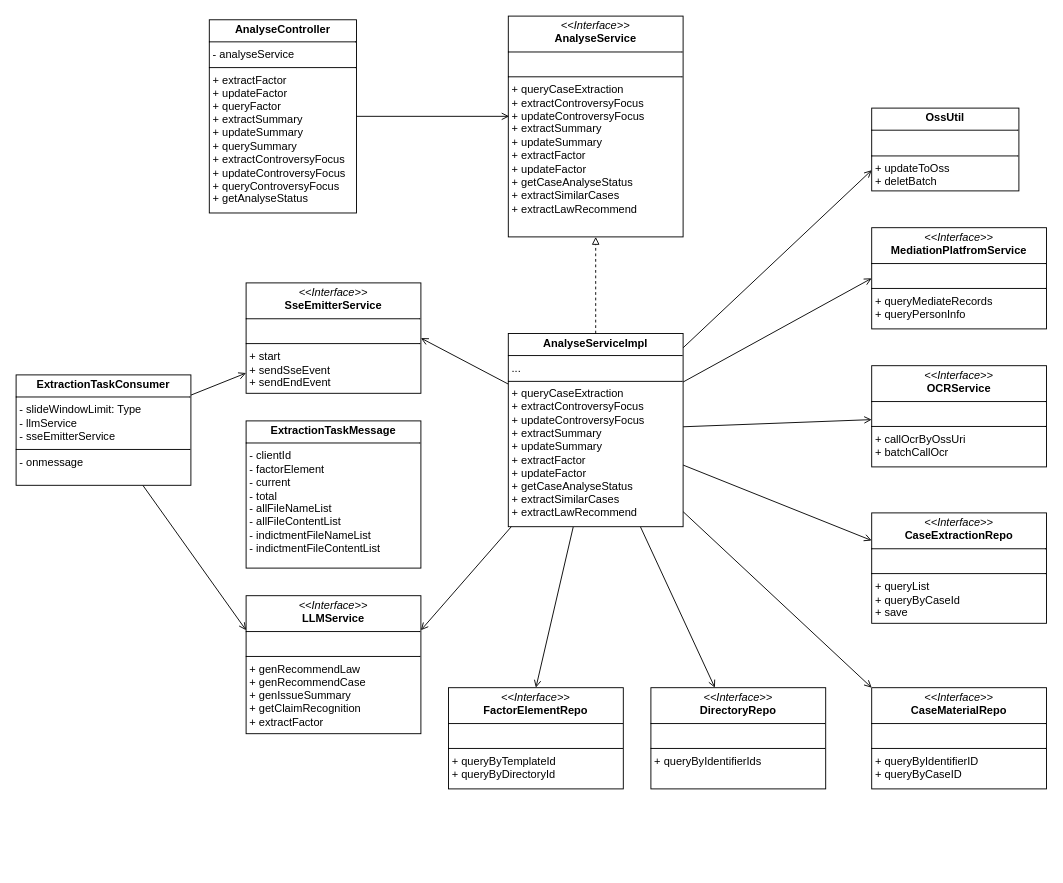
Above: 案件分析模块类图.drawio in Lainy0605/graduate (draw.io), before the change. Source tidied: cells renumbered, new cells numbered last; positions are measured from the earlier drawing's top-left corner, leaving out a move shared by most shapes. Both pictures are drawn from the tidied source at 92%, with x=0, y=0 at pixel (16, 16).
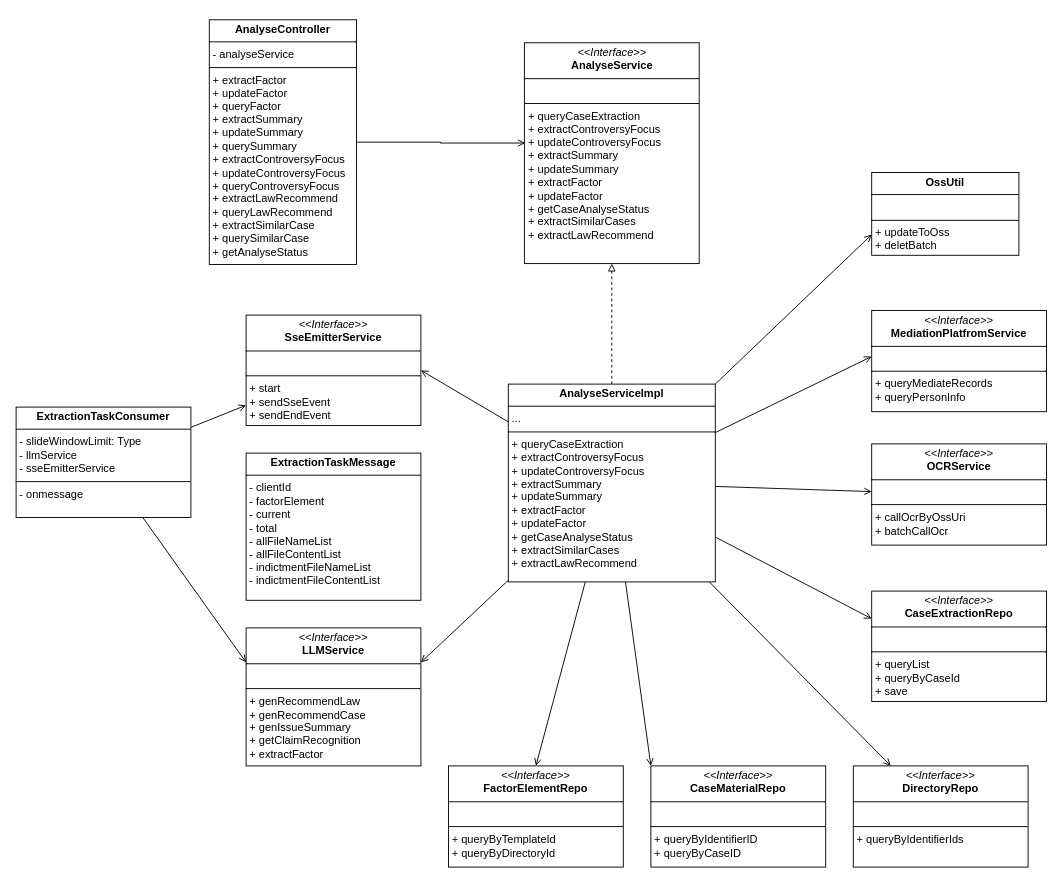
The same page after the edit.

Commit message (it also covers changes not shown here):
更新案件分析模块类图.drawio

What changed in the source:
```diff
@@
-    <mxCell id="2" value="&lt;p style=&quot;margin:0px;margin-top:4px;text-align:center;&quot;&gt;&lt;b&gt;AnalyseController&lt;/b&gt;&lt;/p&gt;&lt;hr size=&quot;1&quot; style=&quot;border-style:solid;&quot;&gt;&lt;p style=&quot;margin:0px;margin-left:4px;&quot;&gt;- analyseService&lt;/p&gt;&lt;hr size=&quot;1&quot; style=&quot;border-style:solid;&quot;&gt;&lt;p style=&quot;margin: 0px 0px 0px 4px;&quot;&gt;+ extractFactor&lt;br&gt;+ updateFactor&lt;/p&gt;&lt;p style=&quot;margin: 0px 0px 0px 4px;&quot;&gt;+ queryFactor&lt;/p&gt;&lt;p style=&quot;margin: 0px 0px 0px 4px;&quot;&gt;+ extractSummary&lt;/p&gt;&lt;p style=&quot;margin: 0px 0px 0px 4px;&quot;&gt;&lt;span style=&quot;background-color: transparent; color: light-dark(rgb(0, 0, 0), rgb(255, 255, 255));&quot;&gt;+ updateSummary&lt;/span&gt;&lt;/p&gt;&lt;p style=&quot;margin: 0px 0px 0px 4px;&quot;&gt;+ querySummary&lt;span style=&quot;background-color: transparent; color: light-dark(rgb(0, 0, 0), rgb(255, 255, 255));&quot;&gt;&lt;/span&gt;&lt;/p&gt;&lt;p style=&quot;margin: 0px 0px 0px 4px;&quot;&gt;+ extractControversyFocus&lt;/p&gt;&lt;p style=&quot;margin: 0px 0px 0px 4px;&quot;&gt;+ update&lt;span style=&quot;background-color: transparent; color: light-dark(rgb(0, 0, 0), rgb(255, 255, 255));&quot;&gt;ControversyFocus&lt;/span&gt;&lt;/p&gt;&lt;p style=&quot;margin: 0px 0px 0px 4px;&quot;&gt;&lt;span style=&quot;background-color: transparent; color: light-dark(rgb(0, 0, 0), rgb(255, 255, 255));&quot;&gt;+ query&lt;/span&gt;&lt;span style=&quot;background-color: transparent; color: light-dark(rgb(0, 0, 0), rgb(255, 255, 255));&quot;&gt;ControversyFocus&lt;/span&gt;&lt;/p&gt;&lt;p style=&quot;margin: 0px 0px 0px 4px;&quot;&gt;&lt;span style=&quot;background-color: transparent; color: light-dark(rgb(0, 0, 0), rgb(255, 255, 255));&quot;&gt;+ getAnalyseStatus&lt;/span&gt;&lt;/p&gt;" style="verticalAlign=top;align=left;overflow=fill;html=1;whiteSpace=wrap;" parent="1" vertex="1">
-      <mxGeometry x="210" y="4" width="160" height="210" as="geometry" />
+    <mxCell id="2" value="&lt;p style=&quot;margin:0px;margin-top:4px;text-align:center;&quot;&gt;&lt;b&gt;AnalyseController&lt;/b&gt;&lt;/p&gt;&lt;hr size=&quot;1&quot; style=&quot;border-style:solid;&quot;&gt;&lt;p style=&quot;margin:0px;margin-left:4px;&quot;&gt;- analyseService&lt;/p&gt;&lt;hr size=&quot;1&quot; style=&quot;border-style:solid;&quot;&gt;&lt;p style=&quot;margin: 0px 0px 0px 4px;&quot;&gt;+ extractFactor&lt;br&gt;+ updateFactor&lt;/p&gt;&lt;p style=&quot;margin: 0px 0px 0px 4px;&quot;&gt;+ queryFactor&lt;/p&gt;&lt;p style=&quot;margin: 0px 0px 0px 4px;&quot;&gt;+ extractSummary&lt;/p&gt;&lt;p style=&quot;margin: 0px 0px 0px 4px;&quot;&gt;&lt;span style=&quot;background-color: transparent; color: light-dark(rgb(0, 0, 0), rgb(255, 255, 255));&quot;&gt;+ updateSummary&lt;/span&gt;&lt;/p&gt;&lt;p style=&quot;margin: 0px 0px 0px 4px;&quot;&gt;+ querySummary&lt;span style=&quot;background-color: transparent; color: light-dark(rgb(0, 0, 0), rgb(255, 255, 255));&quot;&gt;&lt;/span&gt;&lt;/p&gt;&lt;p style=&quot;margin: 0px 0px 0px 4px;&quot;&gt;+ extractControversyFocus&lt;/p&gt;&lt;p style=&quot;margin: 0px 0px 0px 4px;&quot;&gt;+ update&lt;span style=&quot;background-color: transparent; color: light-dark(rgb(0, 0, 0), rgb(255, 255, 255));&quot;&gt;ControversyFocus&lt;/span&gt;&lt;/p&gt;&lt;p style=&quot;margin: 0px 0px 0px 4px;&quot;&gt;&lt;span style=&quot;background-color: transparent; color: light-dark(rgb(0, 0, 0), rgb(255, 255, 255));&quot;&gt;+ query&lt;/span&gt;&lt;span style=&quot;background-color: transparent; color: light-dark(rgb(0, 0, 0), rgb(255, 255, 255));&quot;&gt;ControversyFocus&lt;/span&gt;&lt;/p&gt;&lt;p style=&quot;margin: 0px 0px 0px 4px;&quot;&gt;&lt;span style=&quot;background-color: transparent; color: light-dark(rgb(0, 0, 0), rgb(255, 255, 255));&quot;&gt;+ extractLawRecommend&lt;/span&gt;&lt;/p&gt;&lt;p style=&quot;margin: 0px 0px 0px 4px;&quot;&gt;&lt;span style=&quot;background-color: transparent; color: light-dark(rgb(0, 0, 0), rgb(255, 255, 255));&quot;&gt;+ queryLawRecommend&lt;/span&gt;&lt;/p&gt;&lt;p style=&quot;margin: 0px 0px 0px 4px;&quot;&gt;&lt;span style=&quot;background-color: transparent; color: light-dark(rgb(0, 0, 0), rgb(255, 255, 255));&quot;&gt;+ extractSimilarCase&lt;/span&gt;&lt;/p&gt;&lt;p style=&quot;margin: 0px 0px 0px 4px;&quot;&gt;&lt;span style=&quot;background-color: transparent; color: light-dark(rgb(0, 0, 0), rgb(255, 255, 255));&quot;&gt;+ querySimilarCase&lt;/span&gt;&lt;/p&gt;&lt;p style=&quot;margin: 0px 0px 0px 4px;&quot;&gt;&lt;span style=&quot;background-color: transparent; color: light-dark(rgb(0, 0, 0), rgb(255, 255, 255));&quot;&gt;+ getAnalyseStatus&lt;/span&gt;&lt;/p&gt;" style="verticalAlign=top;align=left;overflow=fill;html=1;whiteSpace=wrap;" parent="1" vertex="1">
+      <mxGeometry x="210" y="4" width="160" height="266" as="geometry" />
     </mxCell>
     <mxCell id="3" value="&lt;p style=&quot;margin:0px;margin-top:4px;text-align:center;&quot;&gt;&lt;i&gt;&amp;lt;&amp;lt;Interface&amp;gt;&amp;gt;&lt;/i&gt;&lt;br&gt;&lt;b&gt;AnalyseService&lt;/b&gt;&lt;/p&gt;&lt;hr size=&quot;1&quot; style=&quot;border-style:solid;&quot;&gt;&lt;p style=&quot;margin:0px;margin-left:4px;&quot;&gt;&lt;br&gt;&lt;/p&gt;&lt;hr size=&quot;1&quot; style=&quot;border-style:solid;&quot;&gt;&lt;p style=&quot;margin:0px;margin-left:4px;&quot;&gt;+ queryCaseExtraction&lt;br&gt;&lt;span style=&quot;background-color: transparent; color: light-dark(rgb(0, 0, 0), rgb(255, 255, 255));&quot;&gt;+ extractControversyFocus&lt;/span&gt;&lt;/p&gt;&lt;p style=&quot;margin:0px;margin-left:4px;&quot;&gt;+ update&lt;span style=&quot;background-color: transparent; color: light-dark(rgb(0, 0, 0), rgb(255, 255, 255));&quot;&gt;ControversyFocus&lt;/span&gt;&lt;/p&gt;&lt;p style=&quot;margin: 0px 0px 0px 4px;&quot;&gt;+ extractSummary&lt;/p&gt;&lt;p style=&quot;margin: 0px 0px 0px 4px;&quot;&gt;&lt;span style=&quot;background-color: transparent; color: light-dark(rgb(0, 0, 0), rgb(255, 255, 255));&quot;&gt;+ updateSummary&lt;/span&gt;&lt;/p&gt;&lt;p style=&quot;margin: 0px 0px 0px 4px;&quot;&gt;&lt;span style=&quot;background-color: transparent; color: light-dark(rgb(0, 0, 0), rgb(255, 255, 255));&quot;&gt;+ extractFactor&lt;/span&gt;&lt;/p&gt;&lt;p style=&quot;margin: 0px 0px 0px 4px;&quot;&gt;+ updateFactor&lt;/p&gt;&lt;p style=&quot;margin:0px;margin-left:4px;&quot;&gt;&lt;span style=&quot;background-color: transparent; color: light-dark(rgb(0, 0, 0), rgb(255, 255, 255));&quot;&gt;+ getCaseAnalyseStatus&lt;/span&gt;&lt;/p&gt;&lt;p style=&quot;margin:0px;margin-left:4px;&quot;&gt;&lt;span style=&quot;background-color: transparent; color: light-dark(rgb(0, 0, 0), rgb(255, 255, 255));&quot;&gt;+ extractSimilarCases&lt;/span&gt;&lt;/p&gt;&lt;p style=&quot;margin:0px;margin-left:4px;&quot;&gt;&lt;span style=&quot;background-color: transparent; color: light-dark(rgb(0, 0, 0), rgb(255, 255, 255));&quot;&gt;+ extractLawRecommend&lt;/span&gt;&lt;/p&gt;" style="verticalAlign=top;align=left;overflow=fill;html=1;whiteSpace=wrap;" parent="1" vertex="1">
-      <mxGeometry x="535" width="190" height="240" as="geometry" />
+      <mxGeometry x="552.5" y="29" width="190" height="240" as="geometry" />
     </mxCell>
@@
-    <mxCell id="11" style="rounded=0;jettySize=auto;html=1;entryX=0;entryY=0.5;entryDx=0;entryDy=0;endArrow=open;endFill=0;" parent="1" edge="1" source="13" target="25">
-      <mxGeometry relative="1" as="geometry" />
+    <mxCell id="11" style="rounded=0;jettySize=auto;html=1;entryX=0;entryY=0.5;entryDx=0;entryDy=0;endArrow=open;endFill=0;" parent="1" edge="1" source="13">
+      <mxGeometry relative="1" as="geometry">
+        <mxPoint x="930" y="370" as="targetPoint" />
+      </mxGeometry>
     </mxCell>
@@
     <mxCell id="13" value="&lt;p style=&quot;margin:0px;margin-top:4px;text-align:center;&quot;&gt;&lt;b&gt;AnalyseServiceImpl&lt;/b&gt;&lt;/p&gt;&lt;hr size=&quot;1&quot; style=&quot;border-style:solid;&quot;&gt;&lt;p style=&quot;margin:0px;margin-left:4px;&quot;&gt;...&lt;/p&gt;&lt;hr size=&quot;1&quot; style=&quot;border-style:solid;&quot;&gt;&lt;p style=&quot;margin:0px;margin-left:4px;&quot;&gt;+ queryCaseExtraction&lt;br&gt;&lt;span style=&quot;background-color: transparent; color: light-dark(rgb(0, 0, 0), rgb(255, 255, 255));&quot;&gt;+ extractControversyFocus&lt;/span&gt;&lt;/p&gt;&lt;p style=&quot;margin:0px;margin-left:4px;&quot;&gt;+ update&lt;span style=&quot;background-color: transparent; color: light-dark(rgb(0, 0, 0), rgb(255, 255, 255));&quot;&gt;ControversyFocus&lt;/span&gt;&lt;/p&gt;&lt;p style=&quot;margin: 0px 0px 0px 4px;&quot;&gt;+ extractSummary&lt;/p&gt;&lt;p style=&quot;margin: 0px 0px 0px 4px;&quot;&gt;&lt;span style=&quot;background-color: transparent; color: light-dark(rgb(0, 0, 0), rgb(255, 255, 255));&quot;&gt;+ updateSummary&lt;/span&gt;&lt;/p&gt;&lt;p style=&quot;margin: 0px 0px 0px 4px;&quot;&gt;&lt;span style=&quot;background-color: transparent; color: light-dark(rgb(0, 0, 0), rgb(255, 255, 255));&quot;&gt;+ extractFactor&lt;/span&gt;&lt;/p&gt;&lt;p style=&quot;margin: 0px 0px 0px 4px;&quot;&gt;+ updateFactor&lt;/p&gt;&lt;p style=&quot;margin:0px;margin-left:4px;&quot;&gt;&lt;span style=&quot;background-color: transparent; color: light-dark(rgb(0, 0, 0), rgb(255, 255, 255));&quot;&gt;+ getCaseAnalyseStatus&lt;/span&gt;&lt;/p&gt;&lt;p style=&quot;margin:0px;margin-left:4px;&quot;&gt;&lt;span style=&quot;background-color: transparent; color: light-dark(rgb(0, 0, 0), rgb(255, 255, 255));&quot;&gt;+ extractSimilarCases&lt;/span&gt;&lt;/p&gt;&lt;p style=&quot;margin:0px;margin-left:4px;&quot;&gt;&lt;span style=&quot;background-color: transparent; color: light-dark(rgb(0, 0, 0), rgb(255, 255, 255));&quot;&gt;+ extractLawRecommend&lt;/span&gt;&lt;/p&gt;" style="verticalAlign=top;align=left;overflow=fill;html=1;whiteSpace=wrap;" parent="1" vertex="1">
-      <mxGeometry x="535" y="345" width="190" height="210" as="geometry" />
+      <mxGeometry x="535" y="400" width="225" height="215" as="geometry" />
     </mxCell>
     <mxCell id="14" value="&lt;p style=&quot;margin:0px;margin-top:4px;text-align:center;&quot;&gt;&lt;b&gt;OssUtil&lt;/b&gt;&lt;/p&gt;&lt;hr size=&quot;1&quot; style=&quot;border-style:solid;&quot;&gt;&lt;p style=&quot;margin:0px;margin-left:4px;&quot;&gt;&lt;br&gt;&lt;/p&gt;&lt;hr size=&quot;1&quot; style=&quot;border-style:solid;&quot;&gt;&lt;p style=&quot;margin:0px;margin-left:4px;&quot;&gt;+ updateToOss&lt;/p&gt;&lt;p style=&quot;margin:0px;margin-left:4px;&quot;&gt;+ deletBatch&lt;/p&gt;" style="verticalAlign=top;align=left;overflow=fill;html=1;whiteSpace=wrap;" parent="1" vertex="1">
-      <mxGeometry x="930" y="100" width="160" height="90" as="geometry" />
+      <mxGeometry x="930" y="170" width="160" height="90" as="geometry" />
     </mxCell>
     <mxCell id="15" value="&lt;p style=&quot;margin:0px;margin-top:4px;text-align:center;&quot;&gt;&lt;i&gt;&amp;lt;&amp;lt;Interface&amp;gt;&amp;gt;&lt;/i&gt;&lt;br&gt;&lt;b&gt;CaseExtractionRepo&lt;/b&gt;&lt;/p&gt;&lt;hr size=&quot;1&quot; style=&quot;border-style:solid;&quot;&gt;&lt;p style=&quot;margin:0px;margin-left:4px;&quot;&gt;&lt;br&gt;&lt;/p&gt;&lt;hr size=&quot;1&quot; style=&quot;border-style:solid;&quot;&gt;&lt;p style=&quot;margin:0px;margin-left:4px;&quot;&gt;+ queryList&amp;nbsp;&lt;/p&gt;&lt;p style=&quot;margin:0px;margin-left:4px;&quot;&gt;+ queryByCaseId&lt;/p&gt;&lt;p style=&quot;margin:0px;margin-left:4px;&quot;&gt;+ save&lt;/p&gt;" style="verticalAlign=top;align=left;overflow=fill;html=1;whiteSpace=wrap;" parent="1" vertex="1">
-      <mxGeometry x="930" y="540" width="190" height="120" as="geometry" />
+      <mxGeometry x="930" y="625" width="190" height="120" as="geometry" />
     </mxCell>
     <mxCell id="16" value="&lt;p style=&quot;margin:0px;margin-top:4px;text-align:center;&quot;&gt;&lt;i&gt;&amp;lt;&amp;lt;Interface&amp;gt;&amp;gt;&lt;/i&gt;&lt;br&gt;&lt;b&gt;CaseMaterialRepo&lt;/b&gt;&lt;/p&gt;&lt;hr size=&quot;1&quot; style=&quot;border-style:solid;&quot;&gt;&lt;p style=&quot;margin:0px;margin-left:4px;&quot;&gt;&lt;br&gt;&lt;/p&gt;&lt;hr size=&quot;1&quot; style=&quot;border-style:solid;&quot;&gt;&lt;p style=&quot;margin:0px;margin-left:4px;&quot;&gt;&lt;span style=&quot;background-color: transparent; color: light-dark(rgb(0, 0, 0), rgb(255, 255, 255));&quot;&gt;+ queryByIdentifierID&lt;/span&gt;&lt;/p&gt;&lt;p style=&quot;margin:0px;margin-left:4px;&quot;&gt;+ queryByCaseID&lt;/p&gt;" style="verticalAlign=top;align=left;overflow=fill;html=1;whiteSpace=wrap;" parent="1" vertex="1">
-      <mxGeometry x="930" y="730" width="190" height="110" as="geometry" />
+      <mxGeometry x="690" y="815" width="190" height="110" as="geometry" />
     </mxCell>
     <mxCell id="17" value="&lt;p style=&quot;margin:0px;margin-top:4px;text-align:center;&quot;&gt;&lt;i&gt;&amp;lt;&amp;lt;Interface&amp;gt;&amp;gt;&lt;/i&gt;&lt;br&gt;&lt;b&gt;DirectoryRepo&lt;/b&gt;&lt;/p&gt;&lt;hr size=&quot;1&quot; style=&quot;border-style:solid;&quot;&gt;&lt;p style=&quot;margin:0px;margin-left:4px;&quot;&gt;&lt;br&gt;&lt;/p&gt;&lt;hr size=&quot;1&quot; style=&quot;border-style:solid;&quot;&gt;&lt;p style=&quot;margin:0px;margin-left:4px;&quot;&gt;+ queryByIdentifierIds&lt;/p&gt;" style="verticalAlign=top;align=left;overflow=fill;html=1;whiteSpace=wrap;" parent="1" vertex="1">
-      <mxGeometry x="690" y="730" width="190" height="110" as="geometry" />
+      <mxGeometry x="910" y="815" width="190" height="110" as="geometry" />
     </mxCell>
     <mxCell id="18" value="&lt;p style=&quot;margin:0px;margin-top:4px;text-align:center;&quot;&gt;&lt;i&gt;&amp;lt;&amp;lt;Interface&amp;gt;&amp;gt;&lt;/i&gt;&lt;br&gt;&lt;b&gt;FactorElementRepo&lt;/b&gt;&lt;/p&gt;&lt;hr size=&quot;1&quot; style=&quot;border-style:solid;&quot;&gt;&lt;p style=&quot;margin:0px;margin-left:4px;&quot;&gt;&lt;br&gt;&lt;/p&gt;&lt;hr size=&quot;1&quot; style=&quot;border-style:solid;&quot;&gt;&lt;p style=&quot;margin:0px;margin-left:4px;&quot;&gt;+ queryByTemplateId&lt;/p&gt;&lt;p style=&quot;margin:0px;margin-left:4px;&quot;&gt;+ queryByDirectoryId&lt;/p&gt;" style="verticalAlign=top;align=left;overflow=fill;html=1;whiteSpace=wrap;" parent="1" vertex="1">
-      <mxGeometry x="470" y="730" width="190" height="110" as="geometry" />
+      <mxGeometry x="470" y="815" width="190" height="110" as="geometry" />
     </mxCell>
     <mxCell id="19" value="&lt;p style=&quot;margin:0px;margin-top:4px;text-align:center;&quot;&gt;&lt;i&gt;&amp;lt;&amp;lt;Interface&amp;gt;&amp;gt;&lt;/i&gt;&lt;br&gt;&lt;b&gt;OCRService&lt;/b&gt;&lt;/p&gt;&lt;hr size=&quot;1&quot; style=&quot;border-style:solid;&quot;&gt;&lt;p style=&quot;margin:0px;margin-left:4px;&quot;&gt;&lt;br&gt;&lt;/p&gt;&lt;hr size=&quot;1&quot; style=&quot;border-style:solid;&quot;&gt;&lt;p style=&quot;margin: 0px 0px 0px 4px;&quot;&gt;+ callOcrByOssUri&lt;/p&gt;&lt;p style=&quot;margin: 0px 0px 0px 4px;&quot;&gt;+ batchCallOcr&lt;/p&gt;" style="verticalAlign=top;align=left;overflow=fill;html=1;whiteSpace=wrap;" parent="1" vertex="1">
-      <mxGeometry x="930" y="380" width="190" height="110" as="geometry" />
+      <mxGeometry x="930" y="465" width="190" height="110" as="geometry" />
     </mxCell>
     <mxCell id="20" value="&lt;p style=&quot;margin:0px;margin-top:4px;text-align:center;&quot;&gt;&lt;i&gt;&amp;lt;&amp;lt;Interface&amp;gt;&amp;gt;&lt;/i&gt;&lt;br&gt;&lt;b&gt;SseEmitterService&lt;/b&gt;&lt;/p&gt;&lt;hr size=&quot;1&quot; style=&quot;border-style:solid;&quot;&gt;&lt;p style=&quot;margin:0px;margin-left:4px;&quot;&gt;&lt;br&gt;&lt;/p&gt;&lt;hr size=&quot;1&quot; style=&quot;border-style:solid;&quot;&gt;&lt;p style=&quot;margin:0px;margin-left:4px;&quot;&gt;+ start&lt;br&gt;&lt;/p&gt;&lt;p style=&quot;margin:0px;margin-left:4px;&quot;&gt;+ sendSseEvent&lt;/p&gt;&lt;p style=&quot;margin:0px;margin-left:4px;&quot;&gt;+ sendEndEvent&lt;/p&gt;" style="verticalAlign=top;align=left;overflow=fill;html=1;whiteSpace=wrap;" parent="1" vertex="1">
-      <mxGeometry x="250" y="290" width="190" height="120" as="geometry" />
+      <mxGeometry x="250" y="325" width="190" height="120" as="geometry" />
     </mxCell>
@@
     <mxCell id="23" value="&lt;p style=&quot;margin:0px;margin-top:4px;text-align:center;&quot;&gt;&lt;b&gt;ExtractionTaskConsumer&lt;/b&gt;&lt;/p&gt;&lt;hr size=&quot;1&quot; style=&quot;border-style:solid;&quot;&gt;&lt;p style=&quot;margin:0px;margin-left:4px;&quot;&gt;- slideWindowLimit: Type&lt;br&gt;- llmService&lt;/p&gt;&lt;p style=&quot;margin:0px;margin-left:4px;&quot;&gt;- sseEmitterService&lt;/p&gt;&lt;hr size=&quot;1&quot; style=&quot;border-style:solid;&quot;&gt;&lt;p style=&quot;margin:0px;margin-left:4px;&quot;&gt;- onmessage&lt;/p&gt;" style="verticalAlign=top;align=left;overflow=fill;html=1;whiteSpace=wrap;" parent="1" vertex="1">
-      <mxGeometry y="390" width="190" height="120" as="geometry" />
+      <mxGeometry y="425" width="190" height="120" as="geometry" />
     </mxCell>
     <mxCell id="24" value="&lt;p style=&quot;margin:0px;margin-top:4px;text-align:center;&quot;&gt;&lt;i&gt;&amp;lt;&amp;lt;Interface&amp;gt;&amp;gt;&lt;/i&gt;&lt;br&gt;&lt;b&gt;LLMService&lt;/b&gt;&lt;/p&gt;&lt;hr size=&quot;1&quot; style=&quot;border-style:solid;&quot;&gt;&lt;p style=&quot;margin:0px;margin-left:4px;&quot;&gt;&lt;br&gt;&lt;/p&gt;&lt;hr size=&quot;1&quot; style=&quot;border-style:solid;&quot;&gt;&lt;p style=&quot;margin:0px;margin-left:4px;&quot;&gt;+ genRecommendLaw&lt;br&gt;&lt;span style=&quot;background-color: transparent; color: light-dark(rgb(0, 0, 0), rgb(255, 255, 255));&quot;&gt;+ genRecommendCase&lt;/span&gt;&lt;/p&gt;&lt;p style=&quot;margin:0px;margin-left:4px;&quot;&gt;+ genIssueSummary&lt;/p&gt;&lt;p style=&quot;margin: 0px 0px 0px 4px;&quot;&gt;&lt;span style=&quot;background-color: transparent; color: light-dark(rgb(0, 0, 0), rgb(255, 255, 255));&quot;&gt;+ getClaimRecognition&lt;/span&gt;&lt;/p&gt;&lt;p style=&quot;margin: 0px 0px 0px 4px;&quot;&gt;&lt;span style=&quot;background-color: transparent; color: light-dark(rgb(0, 0, 0), rgb(255, 255, 255));&quot;&gt;+ extractFactor&lt;/span&gt;&lt;/p&gt;" style="verticalAlign=top;align=left;overflow=fill;html=1;whiteSpace=wrap;" parent="1" vertex="1">
-      <mxGeometry x="250" y="630" width="190" height="150" as="geometry" />
+      <mxGeometry x="250" y="665" width="190" height="150" as="geometry" />
     </mxCell>
     <mxCell id="25" value="&lt;p style=&quot;margin:0px;margin-top:4px;text-align:center;&quot;&gt;&lt;i&gt;&amp;lt;&amp;lt;Interface&amp;gt;&amp;gt;&lt;/i&gt;&lt;br&gt;&lt;b&gt;MediationPlatfromService&lt;/b&gt;&lt;/p&gt;&lt;hr size=&quot;1&quot; style=&quot;border-style:solid;&quot;&gt;&lt;p style=&quot;margin:0px;margin-left:4px;&quot;&gt;&lt;br&gt;&lt;/p&gt;&lt;hr size=&quot;1&quot; style=&quot;border-style:solid;&quot;&gt;&lt;p style=&quot;margin:0px;margin-left:4px;&quot;&gt;+ queryMediateRecords&lt;/p&gt;&lt;p style=&quot;margin:0px;margin-left:4px;&quot;&gt;+ queryPersonInfo&lt;/p&gt;" style="verticalAlign=top;align=left;overflow=fill;html=1;whiteSpace=wrap;" parent="1" vertex="1">
-      <mxGeometry x="930" y="230" width="190" height="110" as="geometry" />
+      <mxGeometry x="930" y="320" width="190" height="110" as="geometry" />
     </mxCell>
     <mxCell id="26" value="&lt;p style=&quot;margin:0px;margin-top:4px;text-align:center;&quot;&gt;&lt;b&gt;ExtractionTaskMessage&lt;/b&gt;&lt;/p&gt;&lt;hr size=&quot;1&quot; style=&quot;border-style:solid;&quot;&gt;&lt;p style=&quot;margin:0px;margin-left:4px;&quot;&gt;- clientId&lt;/p&gt;&lt;p style=&quot;margin:0px;margin-left:4px;&quot;&gt;- factorElement&lt;/p&gt;&lt;p style=&quot;margin:0px;margin-left:4px;&quot;&gt;- current&lt;/p&gt;&lt;p style=&quot;margin:0px;margin-left:4px;&quot;&gt;- total&lt;/p&gt;&lt;p style=&quot;margin:0px;margin-left:4px;&quot;&gt;- allFileNameList&lt;/p&gt;&lt;p style=&quot;margin:0px;margin-left:4px;&quot;&gt;- allFileContentList&lt;/p&gt;&lt;p style=&quot;margin:0px;margin-left:4px;&quot;&gt;- indictmentFileNameList&lt;/p&gt;&lt;p style=&quot;margin:0px;margin-left:4px;&quot;&gt;- indictmentFileContentList&lt;/p&gt;&lt;p style=&quot;margin:0px;margin-left:4px;&quot;&gt;&lt;br&gt;&lt;/p&gt;" style="verticalAlign=top;align=left;overflow=fill;html=1;whiteSpace=wrap;" parent="1" vertex="1">
-      <mxGeometry x="250" y="440" width="190" height="160" as="geometry" />
+      <mxGeometry x="250" y="475" width="190" height="160" as="geometry" />
     </mxCell>
```
